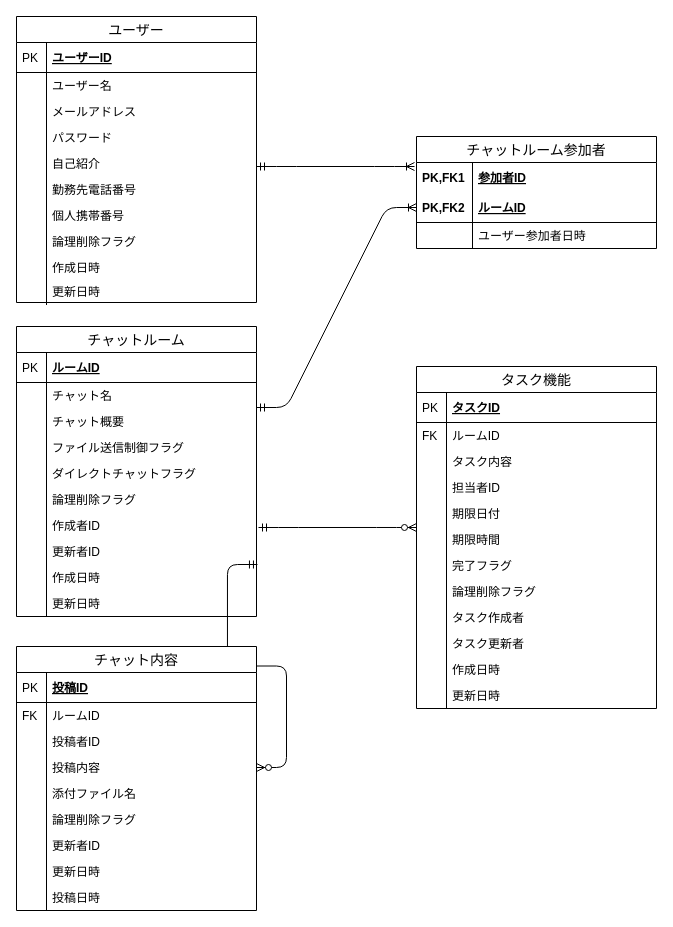
Above: db/db-challenge1/chatwork.drawio in Ryu-y-10/quelcode-db (draw.io), before the change. Source tidied: cells renumbered, new cells numbered last; positions are measured from the earlier drawing's top-left corner, leaving out a move shared by most shapes. Both pictures are drawn from the tidied source at 100%, with x=0, y=0 at pixel (16, 16).
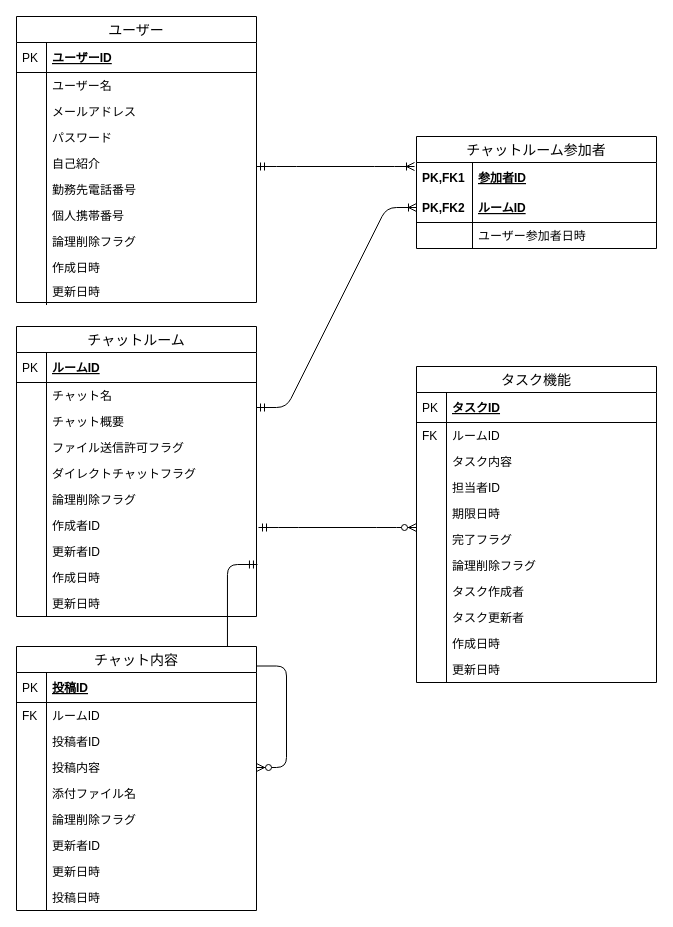
Above is the later version.

Commit message:
fix: チャットルームエンティティの属性名一部変更 真偽値とわかりやすくするため

The change refers to these unchanged cells:
```xml
<mxCell id="24" value="チャットルーム" style="swimlane;fontStyle=0;horizontal=1;startSize=26;align=center;fontSize=14;" parent="1" vertex="1">
  <mxGeometry y="310" width="240" height="290" as="geometry" />
</mxCell>
```

Change to the diagram source:
```diff
@@
-    <mxCell id="2" style="edgeStyle=entityRelationEdgeStyle;fontSize=12;html=1;endArrow=ERzeroToMany;startArrow=ERmandOne;entryX=0;entryY=0.038;entryDx=0;entryDy=0;entryPerimeter=0;" parent="1" edge="1" target="57">
+    <mxCell id="2" style="edgeStyle=entityRelationEdgeStyle;fontSize=12;html=1;endArrow=ERzeroToMany;startArrow=ERmandOne;entryX=0;entryY=0.038;entryDx=0;entryDy=0;entryPerimeter=0;" parent="1" edge="1">
       <mxGeometry relative="1" as="geometry">
         <mxPoint x="242" y="511" as="sourcePoint" />
+        <mxPoint x="400" y="511" as="targetPoint" />
       </mxGeometry>
     </mxCell>
@@
-    <mxCell id="31" value="ファイル送信制御フラグ" style="shape=partialRectangle;top=0;left=0;right=0;bottom=0;align=left;verticalAlign=top;fillColor=none;spacingLeft=34;spacingRight=4;overflow=hidden;fontSize=12;" parent="24" vertex="1">
+    <mxCell id="31" value="ファイル送信許可フラグ" style="shape=partialRectangle;top=0;left=0;right=0;bottom=0;align=left;verticalAlign=top;fillColor=none;spacingLeft=34;spacingRight=4;overflow=hidden;fontSize=12;" parent="24" vertex="1">
       <mxGeometry y="108" width="240" height="26" as="geometry" />
     </mxCell>
@@
     <mxCell id="46" value="タスク機能" style="swimlane;fontStyle=0;horizontal=1;startSize=26;align=center;fontSize=14;" parent="1" vertex="1">
-      <mxGeometry x="400" y="350" width="240" height="342" as="geometry" />
+      <mxGeometry x="400" y="350" width="240" height="316" as="geometry" />
     </mxCell>
@@
-    <mxCell id="55" value="期限日付" style="shape=partialRectangle;top=0;left=0;right=0;bottom=0;align=left;verticalAlign=top;fillColor=none;spacingLeft=34;spacingRight=4;overflow=hidden;fontSize=12;" parent="46" vertex="1">
+    <mxCell id="55" value="期限日時" style="shape=partialRectangle;top=0;left=0;right=0;bottom=0;align=left;verticalAlign=top;fillColor=none;spacingLeft=34;spacingRight=4;overflow=hidden;fontSize=12;" parent="46" vertex="1">
       <mxGeometry y="134" width="240" height="26" as="geometry" />
     </mxCell>
@@
-    <mxCell id="57" value="期限時間" style="shape=partialRectangle;top=0;left=0;right=0;bottom=0;align=left;verticalAlign=top;fillColor=none;spacingLeft=34;spacingRight=4;overflow=hidden;points=[[0,0.5],[1,0.5]];portConstraint=eastwest;fontSize=12;" parent="46" vertex="1">
-      <mxGeometry y="160" width="240" height="26" as="geometry" />
-    </mxCell>
-    <mxCell id="58" style="shape=partialRectangle;top=0;left=0;bottom=0;fillColor=none;align=left;verticalAlign=top;spacingLeft=4;spacingRight=4;overflow=hidden;fontSize=12;" parent="57" vertex="1">
-      <mxGeometry width="30" height="26" as="geometry" />
-    </mxCell>
     <mxCell id="59" value="完了フラグ" style="shape=partialRectangle;top=0;left=0;right=0;bottom=0;align=left;verticalAlign=top;fillColor=none;spacingLeft=34;spacingRight=4;overflow=hidden;fontSize=12;" parent="46" vertex="1">
-      <mxGeometry y="186" width="240" height="26" as="geometry" />
+      <mxGeometry y="160" width="240" height="26" as="geometry" />
     </mxCell>
@@
     <mxCell id="61" value="論理削除フラグ" style="shape=partialRectangle;top=0;left=0;right=0;bottom=0;align=left;verticalAlign=top;fillColor=none;spacingLeft=34;spacingRight=4;overflow=hidden;fontSize=12;" parent="46" vertex="1">
-      <mxGeometry y="212" width="240" height="26" as="geometry" />
+      <mxGeometry y="186" width="240" height="26" as="geometry" />
     </mxCell>
@@
     <mxCell id="63" value="タスク作成者" style="shape=partialRectangle;top=0;left=0;right=0;bottom=0;align=left;verticalAlign=top;fillColor=none;spacingLeft=34;spacingRight=4;overflow=hidden;fontSize=12;" parent="46" vertex="1">
-      <mxGeometry y="238" width="240" height="26" as="geometry" />
+      <mxGeometry y="212" width="240" height="26" as="geometry" />
     </mxCell>
@@
     <mxCell id="65" value="タスク更新者" style="shape=partialRectangle;top=0;left=0;right=0;bottom=0;align=left;verticalAlign=top;fillColor=none;spacingLeft=34;spacingRight=4;overflow=hidden;fontSize=12;" parent="46" vertex="1">
-      <mxGeometry y="264" width="240" height="26" as="geometry" />
+      <mxGeometry y="238" width="240" height="26" as="geometry" />
     </mxCell>
@@
     <mxCell id="67" value="作成日時" style="shape=partialRectangle;top=0;left=0;right=0;bottom=0;align=left;verticalAlign=top;fillColor=none;spacingLeft=34;spacingRight=4;overflow=hidden;fontSize=12;" parent="46" vertex="1">
-      <mxGeometry y="290" width="240" height="26" as="geometry" />
+      <mxGeometry y="264" width="240" height="26" as="geometry" />
     </mxCell>
@@
     <mxCell id="69" value="更新日時" style="shape=partialRectangle;top=0;left=0;right=0;bottom=0;align=left;verticalAlign=top;fillColor=none;spacingLeft=34;spacingRight=4;overflow=hidden;fontSize=12;" parent="46" vertex="1">
-      <mxGeometry y="316" width="240" height="26" as="geometry" />
+      <mxGeometry y="290" width="240" height="26" as="geometry" />
     </mxCell>
```
